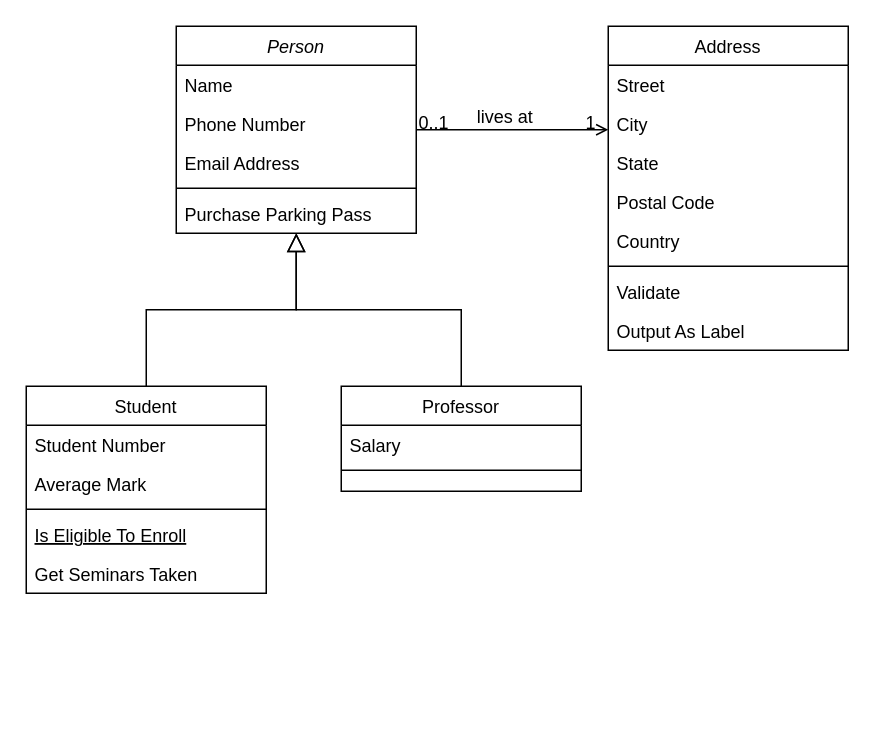
Before: Simple Mail App.drawio in fasil712/UML_Diagram_Design, a draw.io diagram. Source tidied: cells renumbered, new cells numbered last; positions are measured from the earlier drawing's top-left corner, leaving out a move shared by most shapes. Both pictures are drawn from the tidied source at 150%, with x=0, y=0 at pixel (26, 26).
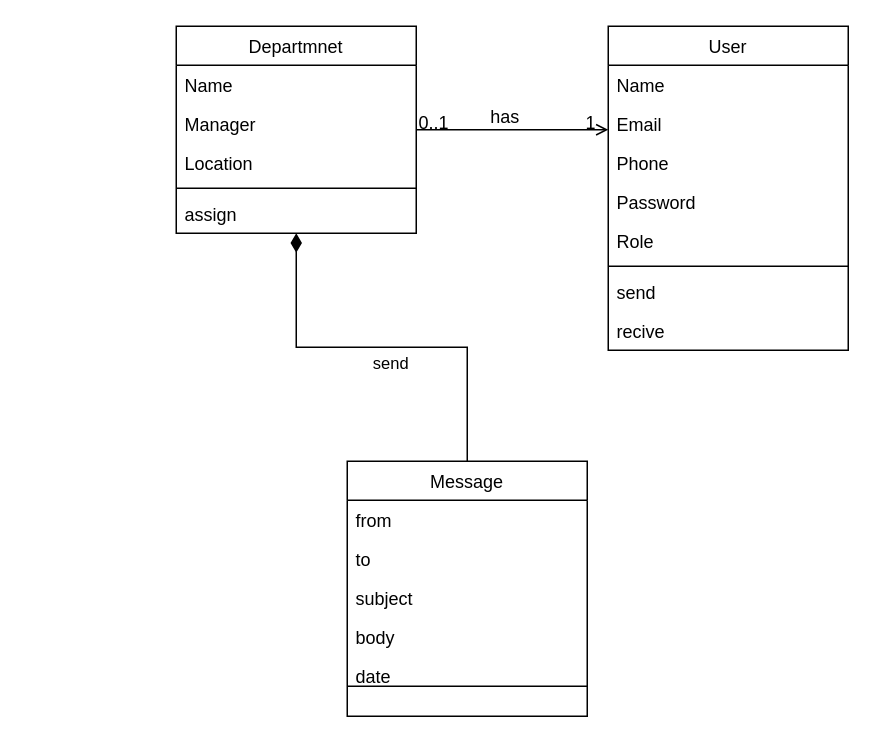
The same diagram, later.

The change refers to these unchanged cells:
```xml
<mxCell id="28" style="endArrow=open;shadow=0;strokeWidth=1;rounded=0;curved=0;endFill=1;edgeStyle=elbowEdgeStyle;elbow=vertical;" parent="1" edge="1" source="2" target="19">
  <mxGeometry x="0.5" y="41" relative="1" as="geometry">
    <mxPoint x="-40" y="32" as="offset" />
  </mxGeometry>
</mxCell>
```

The edit, as a diff of the source:
```diff
@@
-    <mxCell id="2" value="Person" style="swimlane;fontStyle=2;align=center;verticalAlign=top;horizontal=1;startSize=26;rounded=0;shadow=0;strokeWidth=1;" parent="1" vertex="1">
+    <mxCell id="2" value="Departmnet" style="swimlane;fontStyle=0;align=center;verticalAlign=top;horizontal=1;startSize=26;rounded=0;shadow=0;strokeWidth=1;" parent="1" vertex="1">
       <mxGeometry x="100" width="160" height="138" as="geometry" />
     </mxCell>
@@
-    <mxCell id="4" value="Phone Number" style="text;align=left;verticalAlign=top;spacingLeft=4;spacingRight=4;overflow=hidden;rounded=0;shadow=0;html=0;" parent="2" vertex="1">
+    <mxCell id="4" value="Manager" style="text;align=left;verticalAlign=top;spacingLeft=4;spacingRight=4;overflow=hidden;rounded=0;shadow=0;html=0;" parent="2" vertex="1">
       <mxGeometry y="52" width="160" height="26" as="geometry" />
     </mxCell>
-    <mxCell id="5" value="Email Address" style="text;align=left;verticalAlign=top;spacingLeft=4;spacingRight=4;overflow=hidden;rounded=0;shadow=0;html=0;" parent="2" vertex="1">
+    <mxCell id="5" value="Location" style="text;align=left;verticalAlign=top;spacingLeft=4;spacingRight=4;overflow=hidden;rounded=0;shadow=0;html=0;" parent="2" vertex="1">
       <mxGeometry y="78" width="160" height="26" as="geometry" />
     </mxCell>
@@
-    <mxCell id="7" value="Purchase Parking Pass" style="text;align=left;verticalAlign=top;spacingLeft=4;spacingRight=4;overflow=hidden;" parent="2" vertex="1">
+    <mxCell id="7" value="assign" style="text;align=left;verticalAlign=top;spacingLeft=4;spacingRight=4;overflow=hidden;" parent="2" vertex="1">
       <mxGeometry y="112" width="160" height="26" as="geometry" />
     </mxCell>
-    <mxCell id="8" value="Student" style="swimlane;fontStyle=0;align=center;verticalAlign=top;horizontal=1;startSize=26;rounded=0;shadow=0;strokeWidth=1;" parent="1" vertex="1">
-      <mxGeometry y="240" width="160" height="138" as="geometry" />
-    </mxCell>
-    <mxCell id="9" value="Student Number" style="text;align=left;verticalAlign=top;spacingLeft=4;spacingRight=4;overflow=hidden;" parent="8" vertex="1">
-      <mxGeometry y="26" width="160" height="26" as="geometry" />
-    </mxCell>
-    <mxCell id="10" value="Average Mark" style="text;align=left;verticalAlign=top;spacingLeft=4;spacingRight=4;overflow=hidden;rounded=0;shadow=0;html=0;" parent="8" vertex="1">
-      <mxGeometry y="52" width="160" height="26" as="geometry" />
-    </mxCell>
-    <mxCell id="11" style="line;html=1;strokeWidth=1;align=left;verticalAlign=middle;spacingTop=-1;spacingLeft=3;spacingRight=3;labelPosition=right;" parent="8" vertex="1">
-      <mxGeometry y="78" width="160" height="8" as="geometry" />
-    </mxCell>
-    <mxCell id="12" value="Is Eligible To Enroll" style="text;align=left;verticalAlign=top;spacingLeft=4;spacingRight=4;overflow=hidden;fontStyle=4;" parent="8" vertex="1">
-      <mxGeometry y="86" width="160" height="26" as="geometry" />
-    </mxCell>
-    <mxCell id="13" value="Get Seminars Taken" style="text;align=left;verticalAlign=top;spacingLeft=4;spacingRight=4;overflow=hidden;" parent="8" vertex="1">
-      <mxGeometry y="112" width="160" height="26" as="geometry" />
-    </mxCell>
-    <mxCell id="14" style="endArrow=block;endSize=10;endFill=0;shadow=0;strokeWidth=1;rounded=0;curved=0;edgeStyle=elbowEdgeStyle;elbow=vertical;" parent="1" edge="1" source="8" target="2">
-      <mxGeometry relative="1" as="geometry" />
-    </mxCell>
-    <mxCell id="15" value="Professor" style="swimlane;fontStyle=0;align=center;verticalAlign=top;horizontal=1;startSize=26;rounded=0;shadow=0;strokeWidth=1;" parent="1" vertex="1">
-      <mxGeometry x="210" y="240" width="160" height="70" as="geometry" />
+    <mxCell id="15" value="Message" style="swimlane;fontStyle=0;align=center;verticalAlign=top;horizontal=1;startSize=26;rounded=0;shadow=0;strokeWidth=1;" parent="1" vertex="1">
+      <mxGeometry x="214" y="290" width="160" height="170" as="geometry" />
     </mxCell>
-    <mxCell id="16" value="Salary" style="text;align=left;verticalAlign=top;spacingLeft=4;spacingRight=4;overflow=hidden;" parent="15" vertex="1">
-      <mxGeometry y="26" width="160" height="26" as="geometry" />
-    </mxCell>
-    <mxCell id="17" style="line;html=1;strokeWidth=1;align=left;verticalAlign=middle;spacingTop=-1;spacingLeft=3;spacingRight=3;labelPosition=right;" parent="15" vertex="1">
-      <mxGeometry y="52" width="160" height="8" as="geometry" />
-    </mxCell>
+    <mxCell id="32" value="from" style="text;align=left;verticalAlign=top;spacingLeft=4;spacingRight=4;overflow=hidden;" parent="15" vertex="1">
+      <mxGeometry y="26" width="160" height="26" as="geometry" />
+    </mxCell>
+    <mxCell id="33" value="to" style="text;align=left;verticalAlign=top;spacingLeft=4;spacingRight=4;overflow=hidden;rounded=0;shadow=0;html=0;" parent="15" vertex="1">
+      <mxGeometry y="52" width="160" height="26" as="geometry" />
+    </mxCell>
+    <mxCell id="34" value="subject" style="text;align=left;verticalAlign=top;spacingLeft=4;spacingRight=4;overflow=hidden;rounded=0;shadow=0;html=0;" parent="15" vertex="1">
+      <mxGeometry y="78" width="160" height="26" as="geometry" />
+    </mxCell>
+    <mxCell id="35" value="body" style="text;align=left;verticalAlign=top;spacingLeft=4;spacingRight=4;overflow=hidden;rounded=0;shadow=0;html=0;" parent="15" vertex="1">
+      <mxGeometry y="104" width="160" height="26" as="geometry" />
+    </mxCell>
+    <mxCell id="36" style="endArrow=none;html=1;rounded=0;entryX=1;entryY=0.5;entryDx=0;entryDy=0;exitX=0;exitY=0.5;exitDx=0;exitDy=0;" parent="15" edge="1">
+      <mxGeometry relative="1" as="geometry">
+        <mxPoint y="150" as="sourcePoint" />
+        <mxPoint x="160" y="150" as="targetPoint" />
+      </mxGeometry>
+    </mxCell>
+    <mxCell id="37" value="date" style="text;align=left;verticalAlign=top;spacingLeft=4;spacingRight=4;overflow=hidden;rounded=0;shadow=0;html=0;" parent="15" vertex="1">
+      <mxGeometry y="130" width="160" height="26" as="geometry" />
+    </mxCell>
-    <mxCell id="18" style="endArrow=block;endSize=10;endFill=0;shadow=0;strokeWidth=1;rounded=0;curved=0;edgeStyle=elbowEdgeStyle;elbow=vertical;" parent="1" edge="1" source="15" target="2">
+    <mxCell id="18" style="endArrow=diamondThin;endSize=10;endFill=1;shadow=0;strokeWidth=1;rounded=0;curved=0;edgeStyle=elbowEdgeStyle;elbow=vertical;" parent="1" edge="1" source="15" target="2">
       <mxGeometry relative="1" as="geometry" />
     </mxCell>
+    <mxCell id="38" value="send&lt;div&gt;&lt;br&gt;&lt;/div&gt;" style="edgeLabel;html=1;align=center;verticalAlign=middle;" parent="18" vertex="1">
+      <mxGeometry x="-0.15" y="-2" relative="1" as="geometry">
+        <mxPoint x="-15" y="19" as="offset" />
+      </mxGeometry>
+    </mxCell>
-    <mxCell id="19" value="Address" style="swimlane;fontStyle=0;align=center;verticalAlign=top;horizontal=1;startSize=26;rounded=0;shadow=0;strokeWidth=1;" parent="1" vertex="1">
+    <mxCell id="19" value="User" style="swimlane;fontStyle=0;align=center;verticalAlign=top;horizontal=1;startSize=26;rounded=0;shadow=0;strokeWidth=1;" parent="1" vertex="1">
       <mxGeometry x="388" width="160" height="216" as="geometry" />
     </mxCell>
-    <mxCell id="20" value="Street" style="text;align=left;verticalAlign=top;spacingLeft=4;spacingRight=4;overflow=hidden;" parent="19" vertex="1">
+    <mxCell id="20" value="Name" style="text;align=left;verticalAlign=top;spacingLeft=4;spacingRight=4;overflow=hidden;" parent="19" vertex="1">
       <mxGeometry y="26" width="160" height="26" as="geometry" />
     </mxCell>
-    <mxCell id="21" value="City" style="text;align=left;verticalAlign=top;spacingLeft=4;spacingRight=4;overflow=hidden;rounded=0;shadow=0;html=0;" parent="19" vertex="1">
+    <mxCell id="21" value="Email" style="text;align=left;verticalAlign=top;spacingLeft=4;spacingRight=4;overflow=hidden;rounded=0;shadow=0;html=0;" parent="19" vertex="1">
       <mxGeometry y="52" width="160" height="26" as="geometry" />
     </mxCell>
-    <mxCell id="22" value="State" style="text;align=left;verticalAlign=top;spacingLeft=4;spacingRight=4;overflow=hidden;rounded=0;shadow=0;html=0;" parent="19" vertex="1">
+    <mxCell id="22" value="Phone" style="text;align=left;verticalAlign=top;spacingLeft=4;spacingRight=4;overflow=hidden;rounded=0;shadow=0;html=0;" parent="19" vertex="1">
       <mxGeometry y="78" width="160" height="26" as="geometry" />
     </mxCell>
-    <mxCell id="23" value="Postal Code" style="text;align=left;verticalAlign=top;spacingLeft=4;spacingRight=4;overflow=hidden;rounded=0;shadow=0;html=0;" parent="19" vertex="1">
+    <mxCell id="23" value="Password" style="text;align=left;verticalAlign=top;spacingLeft=4;spacingRight=4;overflow=hidden;rounded=0;shadow=0;html=0;" parent="19" vertex="1">
       <mxGeometry y="104" width="160" height="26" as="geometry" />
     </mxCell>
-    <mxCell id="24" value="Country" style="text;align=left;verticalAlign=top;spacingLeft=4;spacingRight=4;overflow=hidden;rounded=0;shadow=0;html=0;" parent="19" vertex="1">
+    <mxCell id="24" value="Role" style="text;align=left;verticalAlign=top;spacingLeft=4;spacingRight=4;overflow=hidden;rounded=0;shadow=0;html=0;" parent="19" vertex="1">
       <mxGeometry y="130" width="160" height="26" as="geometry" />
     </mxCell>
@@
-    <mxCell id="26" value="Validate" style="text;align=left;verticalAlign=top;spacingLeft=4;spacingRight=4;overflow=hidden;" parent="19" vertex="1">
+    <mxCell id="26" value="send" style="text;align=left;verticalAlign=top;spacingLeft=4;spacingRight=4;overflow=hidden;" parent="19" vertex="1">
       <mxGeometry y="164" width="160" height="26" as="geometry" />
     </mxCell>
-    <mxCell id="27" value="Output As Label" style="text;align=left;verticalAlign=top;spacingLeft=4;spacingRight=4;overflow=hidden;" parent="19" vertex="1">
+    <mxCell id="27" value="recive" style="text;align=left;verticalAlign=top;spacingLeft=4;spacingRight=4;overflow=hidden;" parent="19" vertex="1">
       <mxGeometry y="190" width="160" height="26" as="geometry" />
     </mxCell>
@@
-    <mxCell id="31" value="lives at" style="text;html=1;align=center;verticalAlign=middle;labelBackgroundColor=none;rounded=0;shadow=0;strokeWidth=1;fontSize=12;" parent="28" vertex="1">
+    <mxCell id="31" value="has" style="text;html=1;align=center;verticalAlign=middle;labelBackgroundColor=none;rounded=0;shadow=0;strokeWidth=1;fontSize=12;" parent="28" vertex="1">
       <mxGeometry x="0.5" y="49" relative="1" as="geometry">
         <mxPoint x="-38" y="40" as="offset" />
       </mxGeometry>
     </mxCell>
```
